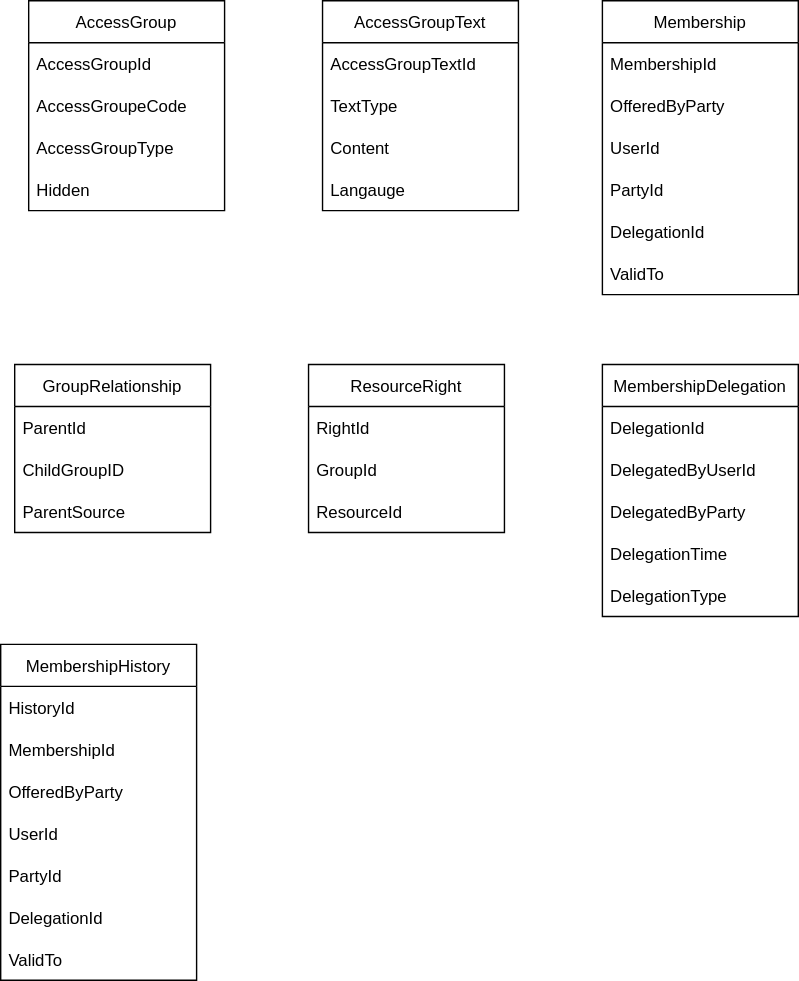
Before: content/technology/architecture/components/application/solution/altinn-platform/authorization/accessgroups/dbmodel.drawio.svg, a diagram exported from draw.io (Altinn/altinn-studio-docs). Source tidied: cells renumbered, new cells last; positions are measured from the earlier drawing's top-left corner, leaving out a move shared by most shapes. Its diagram source:
```xml
<mxGraphModel>
  <root>
    <mxCell id="0" />
    <mxCell id="1" parent="0" />
    <mxCell id="2" value="AccessGroup" style="swimlane;fontStyle=0;horizontal=1;startSize=30;" parent="1" vertex="1">
      <mxGeometry x="20" width="140" height="150" as="geometry" />
    </mxCell>
    <mxCell id="3" value="AccessGroupId" style="text;strokeColor=none;fillColor=none;align=left;verticalAlign=middle;spacingLeft=4;spacingRight=4;overflow=hidden;" parent="2" vertex="1">
      <mxGeometry y="30" width="140" height="30" as="geometry" />
    </mxCell>
    <mxCell id="4" value="AccessGroupeCode" style="text;strokeColor=none;fillColor=none;align=left;verticalAlign=middle;spacingLeft=4;spacingRight=4;overflow=hidden;" parent="2" vertex="1">
      <mxGeometry y="60" width="140" height="30" as="geometry" />
    </mxCell>
    <mxCell id="5" value="AccessGroupType" style="text;strokeColor=none;fillColor=none;align=left;verticalAlign=middle;spacingLeft=4;spacingRight=4;overflow=hidden;" parent="2" vertex="1">
      <mxGeometry y="90" width="140" height="30" as="geometry" />
    </mxCell>
    <mxCell id="6" value="Hidden" style="text;strokeColor=none;fillColor=none;align=left;verticalAlign=middle;spacingLeft=4;spacingRight=4;overflow=hidden;" parent="2" vertex="1">
      <mxGeometry y="120" width="140" height="30" as="geometry" />
    </mxCell>
    <mxCell id="7" value="AccessGroupText" style="swimlane;fontStyle=0;horizontal=1;startSize=30;" parent="1" vertex="1">
      <mxGeometry x="230" width="140" height="150" as="geometry" />
    </mxCell>
    <mxCell id="8" value="AccessGroupTextId" style="text;strokeColor=none;fillColor=none;align=left;verticalAlign=middle;spacingLeft=4;spacingRight=4;overflow=hidden;" parent="7" vertex="1">
      <mxGeometry y="30" width="140" height="30" as="geometry" />
    </mxCell>
    <mxCell id="9" value="TextType " style="text;strokeColor=none;fillColor=none;align=left;verticalAlign=middle;spacingLeft=4;spacingRight=4;overflow=hidden;" parent="7" vertex="1">
      <mxGeometry y="60" width="140" height="30" as="geometry" />
    </mxCell>
    <mxCell id="10" value="Content" style="text;strokeColor=none;fillColor=none;align=left;verticalAlign=middle;spacingLeft=4;spacingRight=4;overflow=hidden;" parent="7" vertex="1">
      <mxGeometry y="90" width="140" height="30" as="geometry" />
    </mxCell>
    <mxCell id="11" value="Langauge" style="text;strokeColor=none;fillColor=none;align=left;verticalAlign=middle;spacingLeft=4;spacingRight=4;overflow=hidden;" parent="7" vertex="1">
      <mxGeometry y="120" width="140" height="30" as="geometry" />
    </mxCell>
    <mxCell id="12" value="GroupRelationship" style="swimlane;fontStyle=0;horizontal=1;startSize=30;" parent="1" vertex="1">
      <mxGeometry x="10" y="260" width="140" height="120" as="geometry" />
    </mxCell>
    <mxCell id="13" value="ParentId" style="text;strokeColor=none;fillColor=none;align=left;verticalAlign=middle;spacingLeft=4;spacingRight=4;overflow=hidden;" parent="12" vertex="1">
      <mxGeometry y="30" width="140" height="30" as="geometry" />
    </mxCell>
    <mxCell id="14" value="ChildGroupID" style="text;strokeColor=none;fillColor=none;align=left;verticalAlign=middle;spacingLeft=4;spacingRight=4;overflow=hidden;" parent="12" vertex="1">
      <mxGeometry y="60" width="140" height="30" as="geometry" />
    </mxCell>
    <mxCell id="15" value="ParentSource" style="text;strokeColor=none;fillColor=none;align=left;verticalAlign=middle;spacingLeft=4;spacingRight=4;overflow=hidden;" parent="12" vertex="1">
      <mxGeometry y="90" width="140" height="30" as="geometry" />
    </mxCell>
    <mxCell id="16" value="Membership" style="swimlane;fontStyle=0;horizontal=1;startSize=30;" parent="1" vertex="1">
      <mxGeometry x="430" width="140" height="210" as="geometry" />
    </mxCell>
    <mxCell id="17" value="MembershipId" style="text;strokeColor=none;fillColor=none;align=left;verticalAlign=middle;spacingLeft=4;spacingRight=4;overflow=hidden;" parent="16" vertex="1">
      <mxGeometry y="30" width="140" height="30" as="geometry" />
    </mxCell>
    <mxCell id="18" value="OfferedByParty" style="text;strokeColor=none;fillColor=none;align=left;verticalAlign=middle;spacingLeft=4;spacingRight=4;overflow=hidden;" parent="16" vertex="1">
      <mxGeometry y="60" width="140" height="30" as="geometry" />
    </mxCell>
    <mxCell id="19" value="UserId" style="text;strokeColor=none;fillColor=none;align=left;verticalAlign=middle;spacingLeft=4;spacingRight=4;overflow=hidden;" parent="16" vertex="1">
      <mxGeometry y="90" width="140" height="30" as="geometry" />
    </mxCell>
    <mxCell id="20" value="PartyId" style="text;strokeColor=none;fillColor=none;align=left;verticalAlign=middle;spacingLeft=4;spacingRight=4;overflow=hidden;" parent="16" vertex="1">
      <mxGeometry y="120" width="140" height="30" as="geometry" />
    </mxCell>
    <mxCell id="21" value="DelegationId" style="text;strokeColor=none;fillColor=none;align=left;verticalAlign=middle;spacingLeft=4;spacingRight=4;overflow=hidden;" parent="16" vertex="1">
      <mxGeometry y="150" width="140" height="30" as="geometry" />
    </mxCell>
    <mxCell id="22" value="ValidTo" style="text;strokeColor=none;fillColor=none;align=left;verticalAlign=middle;spacingLeft=4;spacingRight=4;overflow=hidden;" parent="16" vertex="1">
      <mxGeometry y="180" width="140" height="30" as="geometry" />
    </mxCell>
    <mxCell id="23" value="ResourceRight" style="swimlane;fontStyle=0;horizontal=1;startSize=30;" parent="1" vertex="1">
      <mxGeometry x="220" y="260" width="140" height="120" as="geometry" />
    </mxCell>
    <mxCell id="24" value="RightId" style="text;strokeColor=none;fillColor=none;align=left;verticalAlign=middle;spacingLeft=4;spacingRight=4;overflow=hidden;" parent="23" vertex="1">
      <mxGeometry y="30" width="140" height="30" as="geometry" />
    </mxCell>
    <mxCell id="25" value="GroupId" style="text;strokeColor=none;fillColor=none;align=left;verticalAlign=middle;spacingLeft=4;spacingRight=4;overflow=hidden;" parent="23" vertex="1">
      <mxGeometry y="60" width="140" height="30" as="geometry" />
    </mxCell>
    <mxCell id="26" value="ResourceId" style="text;strokeColor=none;fillColor=none;align=left;verticalAlign=middle;spacingLeft=4;spacingRight=4;overflow=hidden;" parent="23" vertex="1">
      <mxGeometry y="90" width="140" height="30" as="geometry" />
    </mxCell>
    <mxCell id="27" value="MembershipDelegation" style="swimlane;fontStyle=0;horizontal=1;startSize=30;" parent="1" vertex="1">
      <mxGeometry x="430" y="260" width="140" height="180" as="geometry" />
    </mxCell>
    <mxCell id="28" value="DelegationId" style="text;strokeColor=none;fillColor=none;align=left;verticalAlign=middle;spacingLeft=4;spacingRight=4;overflow=hidden;" parent="27" vertex="1">
      <mxGeometry y="30" width="140" height="30" as="geometry" />
    </mxCell>
    <mxCell id="29" value="DelegatedByUserId" style="text;strokeColor=none;fillColor=none;align=left;verticalAlign=middle;spacingLeft=4;spacingRight=4;overflow=hidden;" parent="27" vertex="1">
      <mxGeometry y="60" width="140" height="30" as="geometry" />
    </mxCell>
    <mxCell id="30" value="DelegatedByParty" style="text;strokeColor=none;fillColor=none;align=left;verticalAlign=middle;spacingLeft=4;spacingRight=4;overflow=hidden;" parent="27" vertex="1">
      <mxGeometry y="90" width="140" height="30" as="geometry" />
    </mxCell>
    <mxCell id="31" value="DelegationTime" style="text;strokeColor=none;fillColor=none;align=left;verticalAlign=middle;spacingLeft=4;spacingRight=4;overflow=hidden;" parent="27" vertex="1">
      <mxGeometry y="120" width="140" height="30" as="geometry" />
    </mxCell>
    <mxCell id="32" value="DelegationType" style="text;strokeColor=none;fillColor=none;align=left;verticalAlign=middle;spacingLeft=4;spacingRight=4;overflow=hidden;" parent="27" vertex="1">
      <mxGeometry y="150" width="140" height="30" as="geometry" />
    </mxCell>
    <mxCell id="33" value="MembershipHistory" style="swimlane;fontStyle=0;horizontal=1;startSize=30;" parent="1" vertex="1">
      <mxGeometry y="460" width="140" height="240" as="geometry" />
    </mxCell>
    <mxCell id="34" value="HistoryId" style="text;strokeColor=none;fillColor=none;align=left;verticalAlign=middle;spacingLeft=4;spacingRight=4;overflow=hidden;" parent="33" vertex="1">
      <mxGeometry y="30" width="140" height="30" as="geometry" />
    </mxCell>
    <mxCell id="35" value="MembershipId" style="text;strokeColor=none;fillColor=none;align=left;verticalAlign=middle;spacingLeft=4;spacingRight=4;overflow=hidden;" parent="33" vertex="1">
      <mxGeometry y="60" width="140" height="30" as="geometry" />
    </mxCell>
    <mxCell id="36" value="OfferedByParty" style="text;strokeColor=none;fillColor=none;align=left;verticalAlign=middle;spacingLeft=4;spacingRight=4;overflow=hidden;" parent="33" vertex="1">
      <mxGeometry y="90" width="140" height="30" as="geometry" />
    </mxCell>
    <mxCell id="37" value="UserId" style="text;strokeColor=none;fillColor=none;align=left;verticalAlign=middle;spacingLeft=4;spacingRight=4;overflow=hidden;" parent="33" vertex="1">
      <mxGeometry y="120" width="140" height="30" as="geometry" />
    </mxCell>
    <mxCell id="38" value="PartyId" style="text;strokeColor=none;fillColor=none;align=left;verticalAlign=middle;spacingLeft=4;spacingRight=4;overflow=hidden;" parent="33" vertex="1">
      <mxGeometry y="150" width="140" height="30" as="geometry" />
    </mxCell>
    <mxCell id="39" value="DelegationId" style="text;strokeColor=none;fillColor=none;align=left;verticalAlign=middle;spacingLeft=4;spacingRight=4;overflow=hidden;" parent="33" vertex="1">
      <mxGeometry y="180" width="140" height="30" as="geometry" />
    </mxCell>
    <mxCell id="40" value="ValidTo" style="text;strokeColor=none;fillColor=none;align=left;verticalAlign=middle;spacingLeft=4;spacingRight=4;overflow=hidden;" parent="33" vertex="1">
      <mxGeometry y="210" width="140" height="30" as="geometry" />
    </mxCell>
  </root>
</mxGraphModel>
```
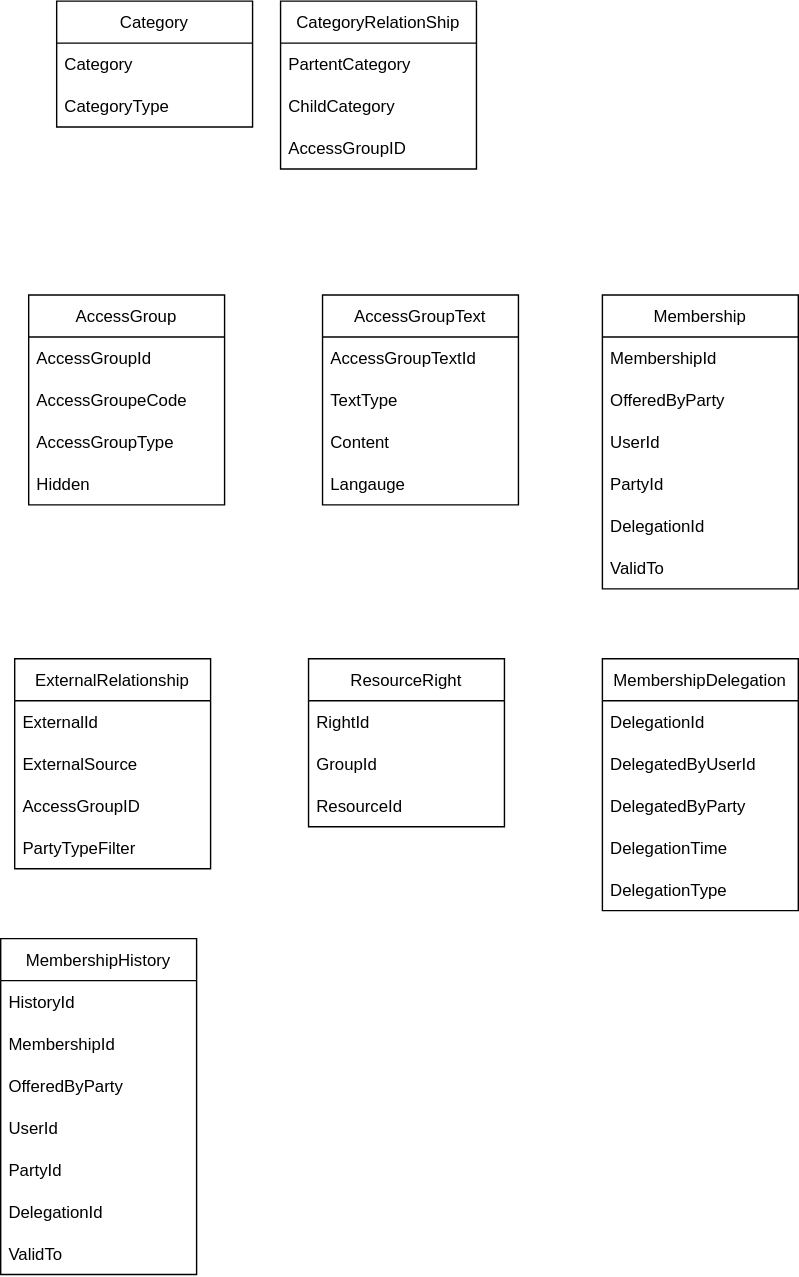
The same diagram one commit later.

What changed in the source:
```diff
@@ -32,18 +32,21 @@
     <mxCell id="11" value="Langauge" style="text;strokeColor=none;fillColor=none;align=left;verticalAlign=middle;spacingLeft=4;spacingRight=4;overflow=hidden;" parent="7" vertex="1">
       <mxGeometry y="120" width="140" height="30" as="geometry" />
     </mxCell>
-    <mxCell id="12" value="GroupRelationship" style="swimlane;fontStyle=0;horizontal=1;startSize=30;" parent="1" vertex="1">
-      <mxGeometry x="10" y="260" width="140" height="120" as="geometry" />
+    <mxCell id="12" value="ExternalRelationship" style="swimlane;fontStyle=0;horizontal=1;startSize=30;" parent="1" vertex="1">
+      <mxGeometry x="10" y="260" width="140" height="150" as="geometry" />
     </mxCell>
-    <mxCell id="13" value="ParentId" style="text;strokeColor=none;fillColor=none;align=left;verticalAlign=middle;spacingLeft=4;spacingRight=4;overflow=hidden;" parent="12" vertex="1">
+    <mxCell id="13" value="ExternalId" style="text;strokeColor=none;fillColor=none;align=left;verticalAlign=middle;spacingLeft=4;spacingRight=4;overflow=hidden;" parent="12" vertex="1">
       <mxGeometry y="30" width="140" height="30" as="geometry" />
     </mxCell>
+    <mxCell id="15" value="ExternalSource" style="text;strokeColor=none;fillColor=none;align=left;verticalAlign=middle;spacingLeft=4;spacingRight=4;overflow=hidden;" parent="12" vertex="1">
+      <mxGeometry y="60" width="140" height="30" as="geometry" />
+    </mxCell>
+    <mxCell id="41" value="AccessGroupID" style="text;strokeColor=none;fillColor=none;align=left;verticalAlign=middle;spacingLeft=4;spacingRight=4;overflow=hidden;" parent="12" vertex="1">
+      <mxGeometry y="90" width="140" height="30" as="geometry" />
+    </mxCell>
-    <mxCell id="14" value="ChildGroupID" style="text;strokeColor=none;fillColor=none;align=left;verticalAlign=middle;spacingLeft=4;spacingRight=4;overflow=hidden;" parent="12" vertex="1">
-      <mxGeometry y="60" width="140" height="30" as="geometry" />
+    <mxCell id="14" value="PartyTypeFilter" style="text;strokeColor=none;fillColor=none;align=left;verticalAlign=middle;spacingLeft=4;spacingRight=4;overflow=hidden;" parent="12" vertex="1">
+      <mxGeometry y="120" width="140" height="30" as="geometry" />
     </mxCell>
-    <mxCell id="15" value="ParentSource" style="text;strokeColor=none;fillColor=none;align=left;verticalAlign=middle;spacingLeft=4;spacingRight=4;overflow=hidden;" parent="12" vertex="1">
-      <mxGeometry y="90" width="140" height="30" as="geometry" />
-    </mxCell>
     <mxCell id="16" value="Membership" style="swimlane;fontStyle=0;horizontal=1;startSize=30;" parent="1" vertex="1">
       <mxGeometry x="430" width="140" height="210" as="geometry" />
     </mxCell>
@@ -119,5 +122,26 @@
     <mxCell id="40" value="ValidTo" style="text;strokeColor=none;fillColor=none;align=left;verticalAlign=middle;spacingLeft=4;spacingRight=4;overflow=hidden;" parent="33" vertex="1">
       <mxGeometry y="210" width="140" height="30" as="geometry" />
     </mxCell>
+    <mxCell id="42" value="Category" style="swimlane;fontStyle=0;horizontal=1;startSize=30;" parent="1" vertex="1">
+      <mxGeometry x="40" y="-210" width="140" height="90" as="geometry" />
+    </mxCell>
+    <mxCell id="43" value="Category" style="text;strokeColor=none;fillColor=none;align=left;verticalAlign=middle;spacingLeft=4;spacingRight=4;overflow=hidden;" parent="42" vertex="1">
+      <mxGeometry y="30" width="140" height="30" as="geometry" />
+    </mxCell>
+    <mxCell id="44" value="CategoryType" style="text;strokeColor=none;fillColor=none;align=left;verticalAlign=middle;spacingLeft=4;spacingRight=4;overflow=hidden;" parent="42" vertex="1">
+      <mxGeometry y="60" width="140" height="30" as="geometry" />
+    </mxCell>
+    <mxCell id="45" value="CategoryRelationShip" style="swimlane;fontStyle=0;horizontal=1;startSize=30;" parent="1" vertex="1">
+      <mxGeometry x="200" y="-210" width="140" height="120" as="geometry" />
+    </mxCell>
+    <mxCell id="46" value="PartentCategory" style="text;strokeColor=none;fillColor=none;align=left;verticalAlign=middle;spacingLeft=4;spacingRight=4;overflow=hidden;" parent="45" vertex="1">
+      <mxGeometry y="30" width="140" height="30" as="geometry" />
+    </mxCell>
+    <mxCell id="47" value="ChildCategory" style="text;strokeColor=none;fillColor=none;align=left;verticalAlign=middle;spacingLeft=4;spacingRight=4;overflow=hidden;" parent="45" vertex="1">
+      <mxGeometry y="60" width="140" height="30" as="geometry" />
+    </mxCell>
+    <mxCell id="48" value="AccessGroupID" style="text;strokeColor=none;fillColor=none;align=left;verticalAlign=middle;spacingLeft=4;spacingRight=4;overflow=hidden;" parent="45" vertex="1">
+      <mxGeometry y="90" width="140" height="30" as="geometry" />
+    </mxCell>
   </root>
 </mxGraphModel>
```
